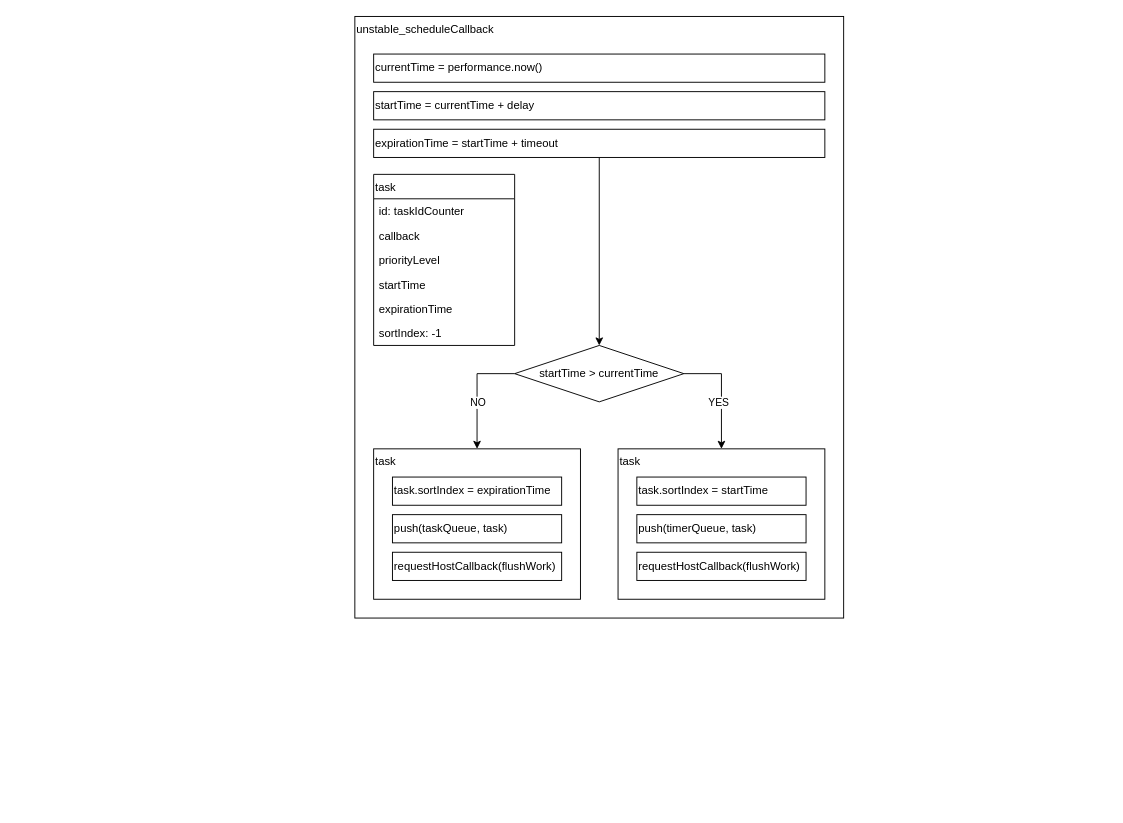
The draw.io diagram scheduler.drawio in jiubao/note, before the edit. Source tidied: cells renumbered, new cells numbered last; positions are measured from the earlier drawing's top-left corner, leaving out a move shared by most shapes. Both pictures are drawn from the tidied source at 94%, with x=0, y=0 at pixel (354, 16).
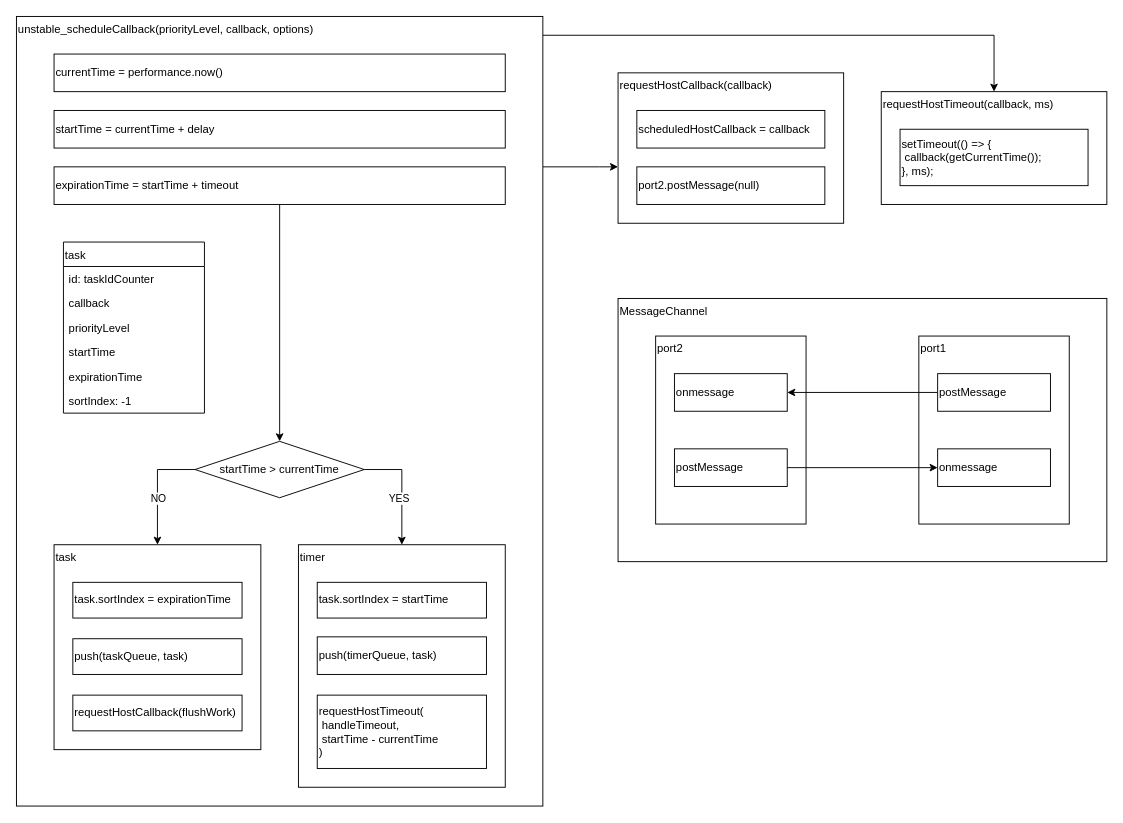
The same page after the edit.

Change to the diagram source:
```diff
@@
+    <mxCell id="27" style="edgeStyle=orthogonalEdgeStyle;rounded=0;jettySize=auto;html=1;" parent="1" edge="1" source="2" target="38">
+      <mxGeometry relative="1" as="geometry">
+        <Array as="points">
+          <mxPoint x="260" y="160" />
+          <mxPoint x="260" y="160" />
+        </Array>
+      </mxGeometry>
+    </mxCell>
+    <mxCell id="28" style="edgeStyle=orthogonalEdgeStyle;rounded=0;jettySize=auto;html=1;entryX=0.5;entryY=0;entryDx=0;entryDy=0;" parent="1" edge="1" source="2" target="40">
+      <mxGeometry relative="1" as="geometry">
+        <Array as="points">
+          <mxPoint x="680" y="20" />
+        </Array>
+      </mxGeometry>
+    </mxCell>
-    <mxCell id="2" value="unstable_scheduleCallback" style="rounded=0;whiteSpace=wrap;html=1;align=left;verticalAlign=top;" parent="1" vertex="1">
-      <mxGeometry width="520" height="640" as="geometry" />
+    <mxCell id="2" value="unstable_scheduleCallback(priorityLevel, callback, options)" style="rounded=0;whiteSpace=wrap;html=1;align=left;verticalAlign=top;" parent="1" vertex="1">
+      <mxGeometry x="-360" width="560" height="840" as="geometry" />
     </mxCell>
     <mxCell id="3" value="currentTime = performance.now()" style="rounded=0;whiteSpace=wrap;html=1;verticalAlign=middle;align=left;" parent="1" vertex="1">
-      <mxGeometry x="20" y="40" width="480" height="30" as="geometry" />
+      <mxGeometry x="-320" y="40" width="480" height="40" as="geometry" />
     </mxCell>
     <mxCell id="4" value="startTime = currentTime + delay" style="rounded=0;whiteSpace=wrap;html=1;verticalAlign=middle;align=left;" parent="1" vertex="1">
-      <mxGeometry x="20" y="80" width="480" height="30" as="geometry" />
+      <mxGeometry x="-320" y="100" width="480" height="40" as="geometry" />
     </mxCell>
@@
     <mxCell id="6" value="expirationTime = startTime + timeout" style="rounded=0;whiteSpace=wrap;html=1;verticalAlign=middle;align=left;" parent="1" vertex="1">
-      <mxGeometry x="20" y="120" width="480" height="30" as="geometry" />
+      <mxGeometry x="-320" y="160" width="480" height="40" as="geometry" />
     </mxCell>
     <mxCell id="7" style="edgeStyle=orthogonalEdgeStyle;rounded=0;jettySize=auto;html=1;" parent="1" edge="1" source="11" target="12">
       <mxGeometry relative="1" as="geometry">
         <Array as="points">
-          <mxPoint x="130" y="380" />
+          <mxPoint x="-210" y="482" />
         </Array>
       </mxGeometry>
     </mxCell>
@@
-    <mxCell id="9" style="edgeStyle=orthogonalEdgeStyle;rounded=0;jettySize=auto;html=1;" parent="1" edge="1" source="11" target="16">
+    <mxCell id="9" style="edgeStyle=orthogonalEdgeStyle;rounded=0;jettySize=auto;html=1;entryX=0.5;entryY=0;entryDx=0;entryDy=0;" parent="1" edge="1" source="11" target="16">
       <mxGeometry relative="1" as="geometry">
         <Array as="points">
-          <mxPoint x="390" y="380" />
+          <mxPoint x="50" y="482" />
         </Array>
       </mxGeometry>
     </mxCell>
@@
     <mxCell id="11" value="startTime &amp;gt; currentTime" style="rhombus;whiteSpace=wrap;html=1;align=center;verticalAlign=middle;" parent="1" vertex="1">
-      <mxGeometry x="170" y="350" width="180" height="60" as="geometry" />
+      <mxGeometry x="-170" y="452" width="180" height="60" as="geometry" />
     </mxCell>
     <mxCell id="12" value="task" style="rounded=0;whiteSpace=wrap;html=1;align=left;verticalAlign=top;" parent="1" vertex="1">
-      <mxGeometry x="20" y="460" width="220" height="160" as="geometry" />
+      <mxGeometry x="-320" y="562" width="220" height="218" as="geometry" />
     </mxCell>
     <mxCell id="13" value="task.sortIndex = expirationTime" style="rounded=0;whiteSpace=wrap;html=1;align=left;verticalAlign=middle;" parent="1" vertex="1">
-      <mxGeometry x="40" y="490" width="180" height="30" as="geometry" />
+      <mxGeometry x="-300" y="602" width="180" height="38" as="geometry" />
     </mxCell>
     <mxCell id="14" value="push(taskQueue, task)" style="rounded=0;whiteSpace=wrap;html=1;align=left;verticalAlign=middle;" parent="1" vertex="1">
-      <mxGeometry x="40" y="530" width="180" height="30" as="geometry" />
+      <mxGeometry x="-300" y="662" width="180" height="38" as="geometry" />
     </mxCell>
     <mxCell id="15" value="requestHostCallback(flushWork)" style="rounded=0;whiteSpace=wrap;html=1;align=left;verticalAlign=middle;" parent="1" vertex="1">
-      <mxGeometry x="40" y="570" width="180" height="30" as="geometry" />
+      <mxGeometry x="-300" y="722" width="180" height="38" as="geometry" />
     </mxCell>
-    <mxCell id="16" value="task" style="rounded=0;whiteSpace=wrap;html=1;align=left;verticalAlign=top;" parent="1" vertex="1">
-      <mxGeometry x="280" y="460" width="220" height="160" as="geometry" />
+    <mxCell id="16" value="timer" style="rounded=0;whiteSpace=wrap;html=1;align=left;verticalAlign=top;" parent="1" vertex="1">
+      <mxGeometry x="-60" y="562" width="220" height="258" as="geometry" />
     </mxCell>
     <mxCell id="17" value="task.sortIndex = startTime" style="rounded=0;whiteSpace=wrap;html=1;align=left;verticalAlign=middle;" parent="1" vertex="1">
-      <mxGeometry x="300" y="490" width="180" height="30" as="geometry" />
+      <mxGeometry x="-40" y="602" width="180" height="38" as="geometry" />
     </mxCell>
     <mxCell id="18" value="push(timerQueue, task)" style="rounded=0;whiteSpace=wrap;html=1;align=left;verticalAlign=middle;" parent="1" vertex="1">
-      <mxGeometry x="300" y="530" width="180" height="30" as="geometry" />
+      <mxGeometry x="-40" y="660" width="180" height="40" as="geometry" />
     </mxCell>
-    <mxCell id="19" value="requestHostCallback(flushWork)" style="rounded=0;whiteSpace=wrap;html=1;align=left;verticalAlign=middle;" parent="1" vertex="1">
-      <mxGeometry x="300" y="570" width="180" height="30" as="geometry" />
+    <mxCell id="19" value="requestHostTimeout(&lt;br&gt;&lt;span style=&quot;white-space: pre&quot;&gt; &lt;/span&gt;handleTimeout,&lt;br&gt;&lt;span style=&quot;white-space: pre&quot;&gt; &lt;/span&gt;startTime - currentTime&lt;br&gt;)" style="rounded=0;whiteSpace=wrap;html=1;align=left;verticalAlign=middle;" parent="1" vertex="1">
+      <mxGeometry x="-40" y="722" width="180" height="78" as="geometry" />
     </mxCell>
     <mxCell id="20" value="task" style="swimlane;fontStyle=0;horizontal=1;startSize=26;align=left;verticalAlign=top;swimlaneFillColor=none;" parent="1" vertex="1">
-      <mxGeometry x="20" y="168" width="150" height="182" as="geometry" />
+      <mxGeometry x="-310" y="240" width="150" height="182" as="geometry" />
     </mxCell>
@@
+    <mxCell id="29" value="MessageChannel" style="rounded=0;whiteSpace=wrap;html=1;shadow=0;glass=0;sketch=0;gradientColor=none;align=left;verticalAlign=top;" parent="1" vertex="1">
+      <mxGeometry x="280" y="300" width="520" height="280" as="geometry" />
+    </mxCell>
+    <mxCell id="30" value="port2" style="rounded=0;whiteSpace=wrap;html=1;shadow=0;glass=0;sketch=0;gradientColor=none;align=left;verticalAlign=top;" parent="1" vertex="1">
+      <mxGeometry x="320" y="340" width="160" height="200" as="geometry" />
+    </mxCell>
+    <mxCell id="31" value="onmessage" style="rounded=0;whiteSpace=wrap;html=1;shadow=0;glass=0;sketch=0;gradientColor=none;align=left;verticalAlign=middle;" parent="1" vertex="1">
+      <mxGeometry x="340" y="380" width="120" height="40" as="geometry" />
+    </mxCell>
+    <mxCell id="32" value="postMessage" style="rounded=0;whiteSpace=wrap;html=1;shadow=0;glass=0;sketch=0;gradientColor=none;align=left;verticalAlign=middle;" parent="1" vertex="1">
+      <mxGeometry x="340" y="460" width="120" height="40" as="geometry" />
+    </mxCell>
+    <mxCell id="33" value="port1" style="rounded=0;whiteSpace=wrap;html=1;shadow=0;glass=0;sketch=0;gradientColor=none;align=left;verticalAlign=top;" parent="1" vertex="1">
+      <mxGeometry x="600" y="340" width="160" height="200" as="geometry" />
+    </mxCell>
+    <mxCell id="34" value="onmessage" style="rounded=0;whiteSpace=wrap;html=1;shadow=0;glass=0;sketch=0;gradientColor=none;align=left;verticalAlign=middle;" parent="1" vertex="1">
+      <mxGeometry x="620" y="460" width="120" height="40" as="geometry" />
+    </mxCell>
+    <mxCell id="35" style="edgeStyle=orthogonalEdgeStyle;rounded=0;jettySize=auto;html=1;entryX=1;entryY=0.5;entryDx=0;entryDy=0;" parent="1" edge="1" source="36" target="31">
+      <mxGeometry relative="1" as="geometry" />
+    </mxCell>
+    <mxCell id="36" value="postMessage" style="rounded=0;whiteSpace=wrap;html=1;shadow=0;glass=0;sketch=0;gradientColor=none;align=left;verticalAlign=middle;" parent="1" vertex="1">
+      <mxGeometry x="620" y="380" width="120" height="40" as="geometry" />
+    </mxCell>
+    <mxCell id="37" style="edgeStyle=orthogonalEdgeStyle;rounded=0;jettySize=auto;html=1;" parent="1" edge="1" source="32" target="34">
+      <mxGeometry relative="1" as="geometry" />
+    </mxCell>
+    <mxCell id="38" value="requestHostCallback(callback)" style="rounded=0;whiteSpace=wrap;html=1;shadow=0;glass=0;sketch=0;gradientColor=none;align=left;verticalAlign=top;" parent="1" vertex="1">
+      <mxGeometry x="280" y="60" width="240" height="160" as="geometry" />
+    </mxCell>
+    <mxCell id="39" value="port2.postMessage(null)" style="rounded=0;whiteSpace=wrap;html=1;shadow=0;glass=0;sketch=0;gradientColor=none;align=left;verticalAlign=middle;" parent="1" vertex="1">
+      <mxGeometry x="300" y="160" width="200" height="40" as="geometry" />
+    </mxCell>
+    <mxCell id="40" value="requestHostTimeout(callback, ms)" style="rounded=0;whiteSpace=wrap;html=1;shadow=0;glass=0;sketch=0;gradientColor=none;align=left;verticalAlign=top;" parent="1" vertex="1">
+      <mxGeometry x="560" y="80" width="240" height="120" as="geometry" />
+    </mxCell>
+    <mxCell id="41" value="setTimeout(() =&amp;gt; {&lt;br&gt;&lt;span style=&quot;white-space: pre&quot;&gt; &lt;/span&gt;callback(getCurrentTime());&lt;br&gt;}, ms);" style="rounded=0;whiteSpace=wrap;html=1;shadow=0;glass=0;sketch=0;gradientColor=none;align=left;verticalAlign=middle;" parent="1" vertex="1">
+      <mxGeometry x="580" y="120" width="200" height="60" as="geometry" />
+    </mxCell>
+    <mxCell id="42" value="scheduledHostCallback = callback" style="rounded=0;whiteSpace=wrap;html=1;shadow=0;glass=0;sketch=0;gradientColor=none;align=left;verticalAlign=middle;" parent="1" vertex="1">
+      <mxGeometry x="300" y="100" width="200" height="40" as="geometry" />
+    </mxCell>
```
